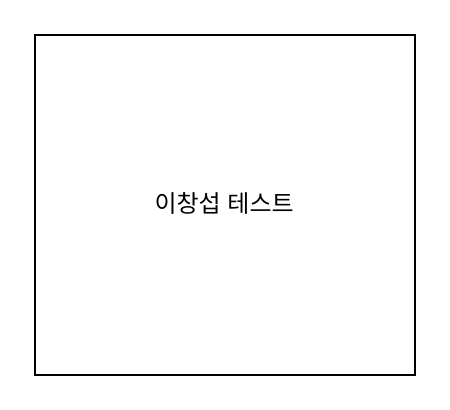
This is Untitled Diagram.drawio from eunjun9/semiproject, a draw.io file, before an edit. Source tidied: cells renumbered, new cells numbered last; positions are measured from the earlier drawing's top-left corner, leaving out a move shared by most shapes. Both pictures are drawn from the tidied source at 200%, with x=0, y=0 at pixel (34, 34).
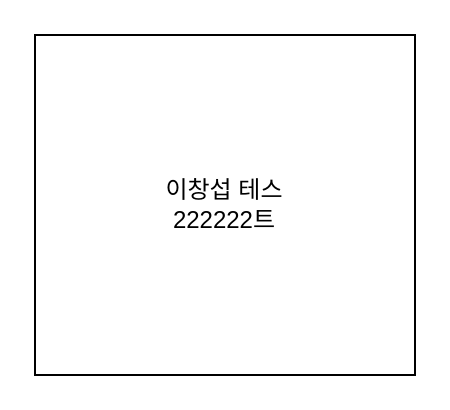
After the change.

Diff of the diagram source:
```diff
@@
 <mxGraphModel>
   <root>
     <mxCell id="0" />
     <mxCell id="1" parent="0" />
-    <mxCell id="2" value="이창섭 테스트" style="rounded=0;whiteSpace=wrap;html=1;" parent="1" vertex="1">
+    <mxCell id="2" value="이창섭 테스&lt;br&gt;222222트" style="rounded=0;whiteSpace=wrap;html=1;" parent="1" vertex="1">
       <mxGeometry width="190" height="170" as="geometry" />
     </mxCell>
   </root>
 </mxGraphModel>
```
